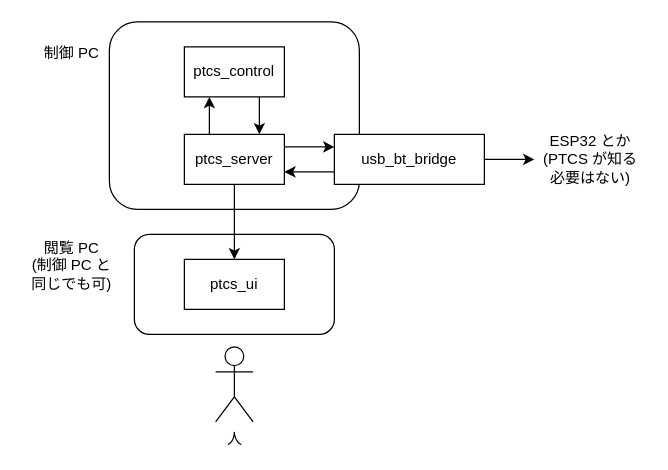
plarailers/komabasai2024-b keeps this draw.io diagram as ptcs/docs/列車制御システム.drawio. Above is the earlier version. Source tidied: cells renumbered, new cells numbered last; positions are measured from the earlier drawing's top-left corner, leaving out a move shared by most shapes. Both pictures are drawn from the tidied source at 125%, with x=0, y=0 at pixel (21, 21).
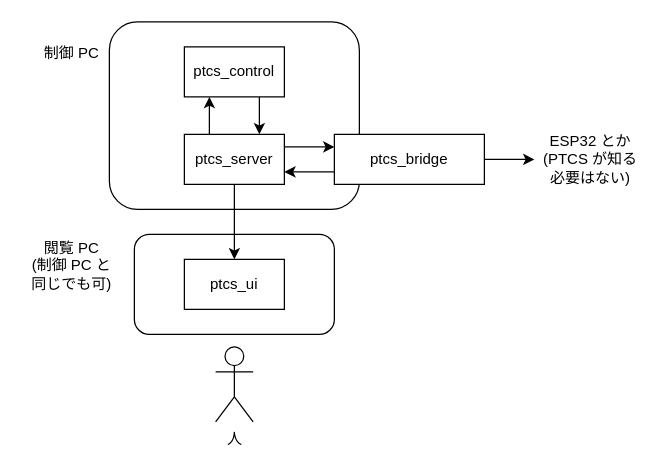
The same diagram, later.

Commit message:
構成図の更新

What changed in the source:
```diff
@@
 <mxGraphModel>
   <root>
     <mxCell id="0" />
     <mxCell id="1" parent="0" />
     <mxCell id="2" style="rounded=1;whiteSpace=wrap;html=1;" parent="1" vertex="1">
       <mxGeometry x="90" y="170" width="160" height="80" as="geometry" />
     </mxCell>
     <mxCell id="3" style="rounded=1;whiteSpace=wrap;html=1;" parent="1" vertex="1">
       <mxGeometry x="70" width="200" height="150" as="geometry" />
     </mxCell>
     <mxCell id="4" style="edgeStyle=orthogonalEdgeStyle;rounded=0;jettySize=auto;html=1;exitX=0.5;exitY=1;exitDx=0;exitDy=0;entryX=0.5;entryY=0;entryDx=0;entryDy=0;" parent="1" edge="1" source="7" target="8">
       <mxGeometry relative="1" as="geometry" />
     </mxCell>
     <mxCell id="5" style="edgeStyle=orthogonalEdgeStyle;rounded=0;jettySize=auto;html=1;exitX=0.25;exitY=0;exitDx=0;exitDy=0;entryX=0.25;entryY=1;entryDx=0;entryDy=0;" parent="1" edge="1" source="7" target="10">
       <mxGeometry relative="1" as="geometry" />
     </mxCell>
     <mxCell id="6" style="edgeStyle=orthogonalEdgeStyle;rounded=0;jettySize=auto;html=1;exitX=1;exitY=0.25;exitDx=0;exitDy=0;entryX=0;entryY=0.25;entryDx=0;entryDy=0;" parent="1" edge="1" source="7" target="13">
       <mxGeometry relative="1" as="geometry" />
     </mxCell>
     <mxCell id="7" value="ptcs_server" style="rounded=0;whiteSpace=wrap;html=1;" parent="1" vertex="1">
       <mxGeometry x="130" y="90" width="80" height="40" as="geometry" />
     </mxCell>
     <mxCell id="8" value="ptcs_ui" style="rounded=0;whiteSpace=wrap;html=1;" parent="1" vertex="1">
       <mxGeometry x="130" y="190" width="80" height="40" as="geometry" />
     </mxCell>
     <mxCell id="9" style="edgeStyle=orthogonalEdgeStyle;rounded=0;jettySize=auto;html=1;exitX=0.75;exitY=1;exitDx=0;exitDy=0;entryX=0.75;entryY=0;entryDx=0;entryDy=0;" parent="1" edge="1" source="10" target="7">
       <mxGeometry relative="1" as="geometry" />
     </mxCell>
     <mxCell id="10" value="ptcs_control" style="rounded=0;whiteSpace=wrap;html=1;" parent="1" vertex="1">
       <mxGeometry x="130" y="20" width="80" height="40" as="geometry" />
     </mxCell>
     <mxCell id="11" style="edgeStyle=orthogonalEdgeStyle;rounded=0;jettySize=auto;html=1;exitX=0;exitY=0.75;exitDx=0;exitDy=0;entryX=1;entryY=0.75;entryDx=0;entryDy=0;" parent="1" edge="1" source="13" target="7">
       <mxGeometry relative="1" as="geometry" />
     </mxCell>
     <mxCell id="12" style="edgeStyle=orthogonalEdgeStyle;rounded=0;jettySize=auto;html=1;exitX=1;exitY=0.5;exitDx=0;exitDy=0;" parent="1" edge="1" source="13">
       <mxGeometry relative="1" as="geometry">
         <mxPoint x="410" y="110" as="targetPoint" />
       </mxGeometry>
     </mxCell>
-    <mxCell id="13" value="usb_bt_bridge" style="rounded=0;whiteSpace=wrap;html=1;" parent="1" vertex="1">
+    <mxCell id="13" value="ptcs_bridge" style="rounded=0;whiteSpace=wrap;html=1;" parent="1" vertex="1">
       <mxGeometry x="250" y="90" width="120" height="40" as="geometry" />
     </mxCell>
     <mxCell id="14" value="人" style="shape=umlActor;verticalLabelPosition=bottom;verticalAlign=top;html=1;" parent="1" vertex="1">
       <mxGeometry x="155" y="260" width="30" height="60" as="geometry" />
     </mxCell>
     <mxCell id="15" value="制御 PC" style="text;html=1;strokeColor=none;fillColor=none;align=center;verticalAlign=middle;whiteSpace=wrap;rounded=0;" parent="1" vertex="1">
       <mxGeometry x="10" y="10" width="60" height="30" as="geometry" />
     </mxCell>
     <mxCell id="16" value="閲覧 PC&lt;br&gt;(制御 PC と&lt;br&gt;同じでも可)" style="text;html=1;strokeColor=none;fillColor=none;align=center;verticalAlign=middle;whiteSpace=wrap;rounded=0;" parent="1" vertex="1">
       <mxGeometry y="180" width="80" height="30" as="geometry" />
     </mxCell>
     <mxCell id="17" value="ESP32 とか&lt;br&gt;(PTCS が知る&lt;br&gt;必要はない)" style="text;html=1;strokeColor=none;fillColor=none;align=center;verticalAlign=middle;whiteSpace=wrap;rounded=0;" parent="1" vertex="1">
       <mxGeometry x="410" y="80" width="90" height="60" as="geometry" />
     </mxCell>
   </root>
 </mxGraphModel>
```
